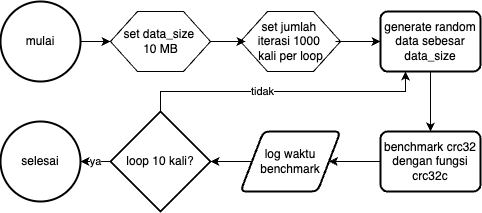
This is assets/pics/code-flowchart/flowchart_crc32.png from ariqpradipa/skripsi, a draw.io export, as it was before one commit. Source tidied: cells renumbered, new cells last; positions are measured from the earlier drawing's top-left corner, leaving out a move shared by most shapes.
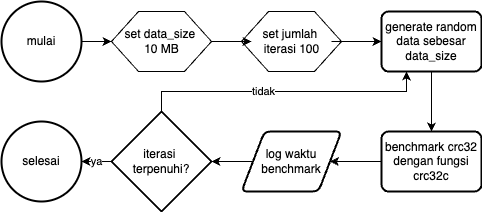
After the commit.

Change to the diagram source:
```diff
@@ -23,8 +23,8 @@
     <mxCell id="8" style="verticalLabelPosition=bottom;verticalAlign=top;html=1;shape=hexagon;perimeter=hexagonPerimeter2;arcSize=6;size=0.27;" parent="7" vertex="1">
       <mxGeometry width="100" height="60" as="geometry" />
     </mxCell>
-    <mxCell id="9" value="set jumlah&amp;nbsp;&lt;div&gt;iterasi&amp;nbsp;&lt;span style=&quot;background-color: initial;&quot;&gt;1000&amp;nbsp;&lt;/span&gt;&lt;/div&gt;&lt;div&gt;&lt;span style=&quot;background-color: initial;&quot;&gt;kali per loop&lt;/span&gt;&lt;/div&gt;" style="text;html=1;align=center;verticalAlign=middle;points=[];strokeColor=none;fillColor=none;" parent="7" vertex="1">
-      <mxGeometry x="5" width="90" height="60" as="geometry" />
+    <mxCell id="9" value="set jumlah&amp;nbsp;&lt;div&gt;iterasi&amp;nbsp;&lt;span style=&quot;background-color: initial;&quot;&gt;100&lt;/span&gt;&lt;/div&gt;" style="text;html=1;align=center;verticalAlign=middle;points=[];strokeColor=none;fillColor=none;" parent="7" vertex="1">
+      <mxGeometry x="10" y="10" width="80" height="40" as="geometry" />
     </mxCell>
     <mxCell id="10" style="edgeStyle=orthogonalEdgeStyle;rounded=0;jettySize=auto;html=1;" parent="1" edge="1" source="11" target="13">
       <mxGeometry relative="1" as="geometry" />
@@ -53,7 +53,7 @@
     <mxCell id="18" value="tidak" style="edgeLabel;html=1;align=center;verticalAlign=middle;" parent="17" vertex="1">
       <mxGeometry x="-0.15" relative="1" as="geometry" />
     </mxCell>
-    <mxCell id="19" value="loop 10 kali?" style="strokeWidth=2;html=1;shape=mxgraph.flowchart.decision;whiteSpace=wrap;" parent="1" vertex="1">
+    <mxCell id="19" value="iterasi&amp;nbsp;&lt;div&gt;terpenuhi?&lt;/div&gt;" style="strokeWidth=2;html=1;shape=mxgraph.flowchart.decision;whiteSpace=wrap;" parent="1" vertex="1">
       <mxGeometry x="110" y="110" width="100" height="100" as="geometry" />
     </mxCell>
     <mxCell id="20" value="selesai" style="strokeWidth=2;html=1;shape=mxgraph.flowchart.start_2;whiteSpace=wrap;" parent="1" vertex="1">
```
